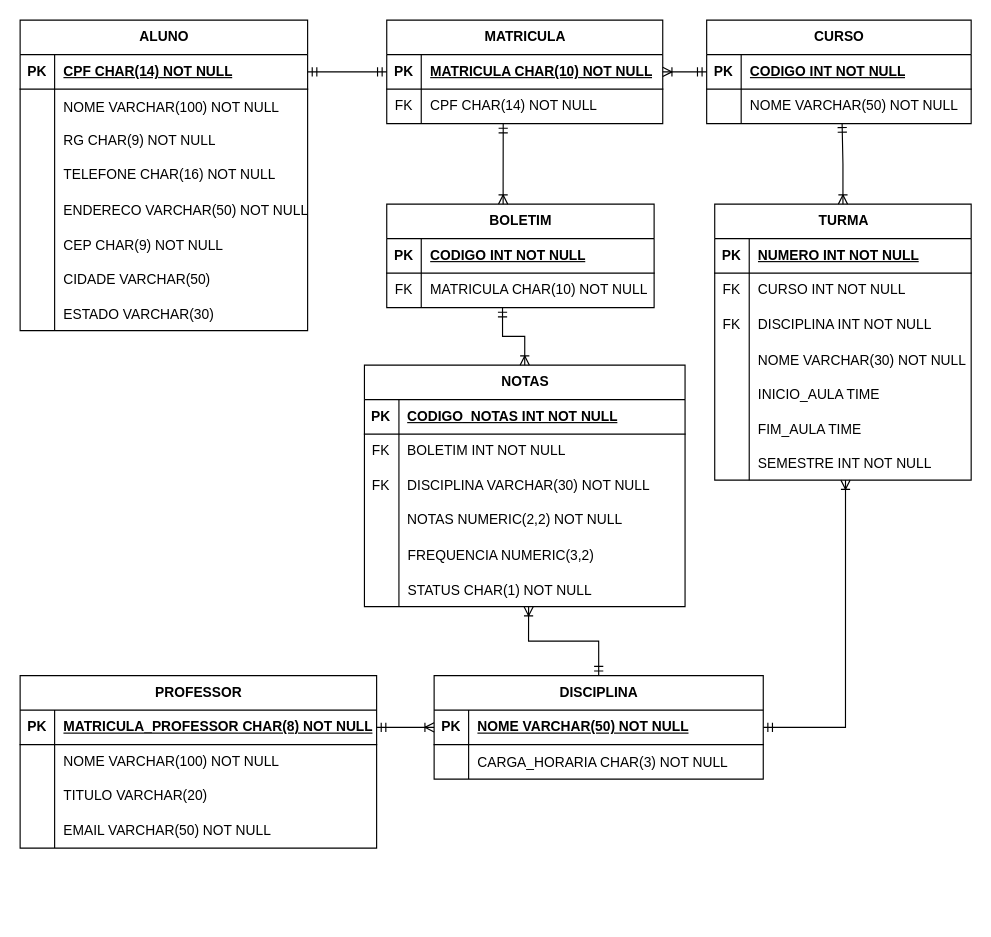
Earlier version of the draw.io diagram atividade db b2.drawio (ngdx4/banco_de_dados1). Source tidied: cells renumbered, new cells numbered last; positions are measured from the earlier drawing's top-left corner, leaving out a move shared by most shapes. Both pictures are drawn from the tidied source at 115%, with x=0, y=0 at pixel (20, 20).
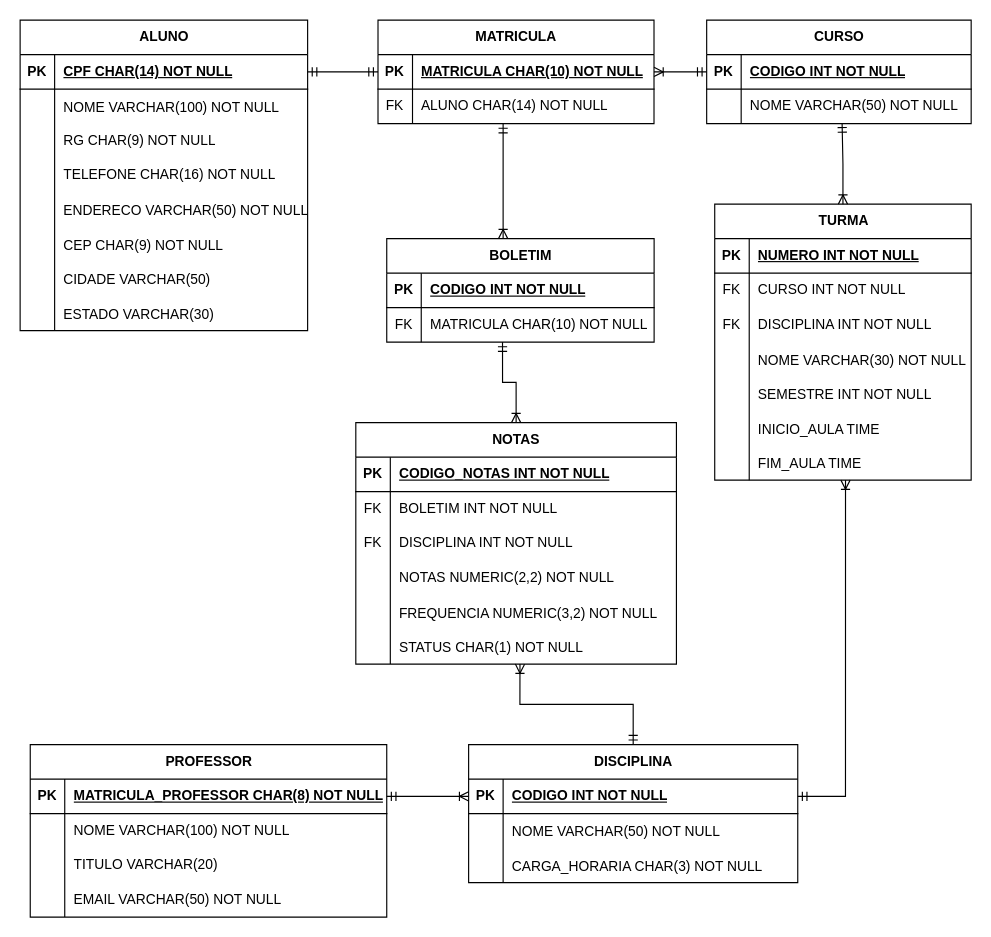
Above is the later version.

Unchanged cells that the change refers to:
```xml
<mxCell id="3" style="shape=tableRow;horizontal=0;startSize=0;swimlaneHead=0;swimlaneBody=0;fillColor=none;points=[[0,0.5],[1,0.5]];portConstraint=eastwest;top=0;left=0;right=0;bottom=1;" parent="2" vertex="1">
  <mxGeometry y="30" width="286.2" height="30" as="geometry" />
</mxCell>
<mxCell id="67" style="shape=tableRow;horizontal=0;startSize=0;swimlaneHead=0;swimlaneBody=0;fillColor=none;top=0;left=0;right=0;bottom=0;" parent="54" vertex="1">
  <mxGeometry y="150" width="223" height="30" as="geometry" />
</mxCell>
<mxCell id="70" style="shape=tableRow;horizontal=0;startSize=0;swimlaneHead=0;swimlaneBody=0;fillColor=none;top=0;left=0;right=0;bottom=0;" parent="54" vertex="1">
  <mxGeometry y="180" width="223" height="30" as="geometry" />
</mxCell>
<mxCell id="73" style="shape=tableRow;horizontal=0;startSize=0;swimlaneHead=0;swimlaneBody=0;fillColor=none;points=[[0,0.5],[1,0.5]];portConstraint=eastwest;top=0;left=0;right=0;bottom=0;" parent="54" vertex="1">
  <mxGeometry y="210" width="223" height="30" as="geometry" />
</mxCell>
<mxCell id="81" style="shape=tableRow;horizontal=0;startSize=0;swimlaneHead=0;swimlaneBody=0;fillColor=none;points=[[0,0.5],[1,0.5]];portConstraint=eastwest;top=0;left=0;right=0;bottom=0;" parent="77" vertex="1">
  <mxGeometry y="60" width="240" height="30" as="geometry" />
</mxCell>
<mxCell id="101" style="shape=tableRow;horizontal=0;startSize=0;swimlaneHead=0;swimlaneBody=0;fillColor=none;top=0;left=0;right=0;bottom=0;" parent="94" vertex="1">
  <mxGeometry y="90" width="278.8" height="30" as="geometry" />
</mxCell>
<mxCell id="107" style="shape=tableRow;horizontal=0;startSize=0;swimlaneHead=0;swimlaneBody=0;fillColor=none;top=0;left=0;right=0;bottom=0;" parent="94" vertex="1">
  <mxGeometry y="150" width="278.8" height="30" as="geometry" />
</mxCell>
```

What changed in the source:
```diff
@@
     <mxCell id="2" value="DISCIPLINA" style="shape=table;startSize=30;childLayout=tableLayout;rowLines=0;fontStyle=1;align=center;html=1;" parent="1" vertex="1">
-      <mxGeometry x="360" y="570" width="286.2" height="90" as="geometry" />
+      <mxGeometry x="390" y="630" width="286.2" height="120" as="geometry" />
     </mxCell>
@@
-    <mxCell id="5" value="NOME VARCHAR(50) NOT NULL" style="shape=partialRectangle;fillColor=none;top=0;left=0;bottom=0;right=0;align=left;spacingLeft=6;fontStyle=5;overflow=hidden;whiteSpace=wrap;html=1;" parent="3" vertex="1">
+    <mxCell id="5" value="CODIGO INT NOT NULL" style="shape=partialRectangle;fillColor=none;top=0;left=0;bottom=0;right=0;align=left;spacingLeft=6;fontStyle=5;overflow=hidden;whiteSpace=wrap;html=1;" parent="3" vertex="1">
       <mxGeometry x="30" width="256.2" height="30" as="geometry" />
     </mxCell>
+    <mxCell id="117" style="shape=tableRow;horizontal=0;startSize=0;swimlaneHead=0;swimlaneBody=0;fillColor=none;top=0;left=0;right=0;bottom=0;" parent="2" vertex="1">
+      <mxGeometry y="60" width="286.2" height="30" as="geometry" />
+    </mxCell>
+    <mxCell id="118" style="shape=partialRectangle;fillColor=none;top=0;left=0;bottom=0;right=0;overflow=hidden;" parent="117" vertex="1">
+      <mxGeometry width="30" height="30" as="geometry" />
+    </mxCell>
+    <mxCell id="119" value="NOME VARCHAR(50) NOT NULL" style="shape=partialRectangle;fillColor=none;top=0;left=0;bottom=0;right=0;align=left;spacingLeft=6;overflow=hidden;" parent="117" vertex="1">
+      <mxGeometry x="30" width="256.2" height="30" as="geometry" />
+    </mxCell>
     <mxCell id="6" style="shape=tableRow;horizontal=0;startSize=0;swimlaneHead=0;swimlaneBody=0;fillColor=none;top=0;left=0;right=0;bottom=0;" parent="2" vertex="1">
-      <mxGeometry y="60" width="286.2" height="30" as="geometry" />
+      <mxGeometry y="90" width="286.2" height="30" as="geometry" />
     </mxCell>
@@
     <mxCell id="41" value="PROFESSOR" style="shape=table;startSize=30;childLayout=tableLayout;rowLines=0;fontStyle=1;align=center;html=1;" parent="1" vertex="1">
-      <mxGeometry y="570" width="310" height="150" as="geometry" />
+      <mxGeometry x="8.8" y="630" width="310" height="150" as="geometry" />
     </mxCell>
@@
-    <mxCell id="69" value="INICIO_AULA TIME" style="shape=partialRectangle;fillColor=none;top=0;left=0;bottom=0;right=0;align=left;spacingLeft=6;overflow=hidden;" parent="67" vertex="1">
+    <mxCell id="69" value="SEMESTRE INT NOT NULL" style="shape=partialRectangle;fillColor=none;top=0;left=0;bottom=0;right=0;align=left;spacingLeft=6;overflow=hidden;" parent="67" vertex="1">
       <mxGeometry x="30" width="193" height="30" as="geometry" />
     </mxCell>
@@
-    <mxCell id="72" value="FIM_AULA TIME" style="shape=partialRectangle;fillColor=none;top=0;left=0;bottom=0;right=0;align=left;spacingLeft=6;overflow=hidden;" parent="70" vertex="1">
+    <mxCell id="72" value="INICIO_AULA TIME" style="shape=partialRectangle;fillColor=none;top=0;left=0;bottom=0;right=0;align=left;spacingLeft=6;overflow=hidden;" parent="70" vertex="1">
       <mxGeometry x="30" width="193" height="30" as="geometry" />
     </mxCell>
@@
-    <mxCell id="75" value="SEMESTRE INT NOT NULL" style="shape=partialRectangle;fillColor=none;top=0;left=0;bottom=0;right=0;align=left;spacingLeft=6;overflow=hidden;" parent="73" vertex="1">
+    <mxCell id="75" value="FIM_AULA TIME" style="shape=partialRectangle;fillColor=none;top=0;left=0;bottom=0;right=0;align=left;spacingLeft=6;overflow=hidden;" parent="73" vertex="1">
       <mxGeometry x="30" width="193" height="30" as="geometry" />
     </mxCell>
@@
     <mxCell id="77" value="MATRICULA" style="shape=table;startSize=30;childLayout=tableLayout;rowLines=0;fontStyle=1;align=center;html=1;" parent="1" vertex="1">
-      <mxGeometry x="318.8" width="240" height="90" as="geometry" />
+      <mxGeometry x="311.2" width="240" height="90" as="geometry" />
     </mxCell>
@@
-    <mxCell id="83" value="CPF CHAR(14) NOT NULL" style="shape=partialRectangle;fillColor=none;top=0;left=0;bottom=0;right=0;align=left;spacingLeft=6;overflow=hidden;whiteSpace=wrap;html=1;" parent="81" vertex="1">
+    <mxCell id="83" value="ALUNO CHAR(14) NOT NULL" style="shape=partialRectangle;fillColor=none;top=0;left=0;bottom=0;right=0;align=left;spacingLeft=6;overflow=hidden;whiteSpace=wrap;html=1;" parent="81" vertex="1">
       <mxGeometry x="30" width="210" height="30" as="geometry" />
     </mxCell>
@@
     <mxCell id="87" value="BOLETIM" style="shape=table;startSize=30;childLayout=tableLayout;rowLines=0;fontStyle=1;align=center;html=1;" parent="1" vertex="1">
-      <mxGeometry x="318.8" y="160" width="232.5" height="90" as="geometry" />
+      <mxGeometry x="318.8" y="190" width="232.5" height="90" as="geometry" />
     </mxCell>
@@
     <mxCell id="94" value="NOTAS" style="shape=table;startSize=30;childLayout=tableLayout;rowLines=0;fontStyle=1;align=center;html=1;" parent="1" vertex="1">
-      <mxGeometry x="299.4" y="300" width="278.8" height="210" as="geometry" />
+      <mxGeometry x="291.9" y="350" width="278.8" height="210" as="geometry" />
     </mxCell>
@@
-    <mxCell id="103" value="DISCIPLINA VARCHAR(30) NOT NULL" style="shape=partialRectangle;fillColor=none;top=0;left=0;bottom=0;right=0;align=left;spacingLeft=6;overflow=hidden;whiteSpace=wrap;html=1;" parent="101" vertex="1">
+    <mxCell id="103" value="DISCIPLINA INT NOT NULL" style="shape=partialRectangle;fillColor=none;top=0;left=0;bottom=0;right=0;align=left;spacingLeft=6;overflow=hidden;whiteSpace=wrap;html=1;" parent="101" vertex="1">
       <mxGeometry x="30" width="248.8" height="30" as="geometry" />
     </mxCell>
@@
-    <mxCell id="109" value="FREQUENCIA NUMERIC(3,2)" style="shape=partialRectangle;fillColor=none;top=0;left=0;bottom=0;right=0;align=left;spacingLeft=6;overflow=hidden;" parent="107" vertex="1">
+    <mxCell id="109" value="FREQUENCIA NUMERIC(3,2) NOT NULL" style="shape=partialRectangle;fillColor=none;top=0;left=0;bottom=0;right=0;align=left;spacingLeft=6;overflow=hidden;" parent="107" vertex="1">
       <mxGeometry x="30" width="248.8" height="30" as="geometry" />
     </mxCell>
@@
-    <mxCell id="116" style="edgeStyle=orthogonalEdgeStyle;rounded=0;jettySize=auto;html=1;entryX=0.422;entryY=1;entryDx=0;entryDy=0;entryPerimeter=0;startArrow=ERoneToMany;startFill=0;endArrow=ERmandOne;endFill=0;" parent="1" edge="1" source="87" target="81">
+    <mxCell id="116" style="edgeStyle=orthogonalEdgeStyle;rounded=0;jettySize=auto;html=1;startArrow=ERoneToMany;startFill=0;endArrow=ERmandOne;endFill=0;" parent="1" edge="1" source="87">
       <mxGeometry relative="1" as="geometry">
+        <mxPoint x="420" y="90" as="targetPoint" />
         <Array as="points">
           <mxPoint x="420" y="140" />
           <mxPoint x="420" y="140" />
         </Array>
       </mxGeometry>
     </mxCell>
```
